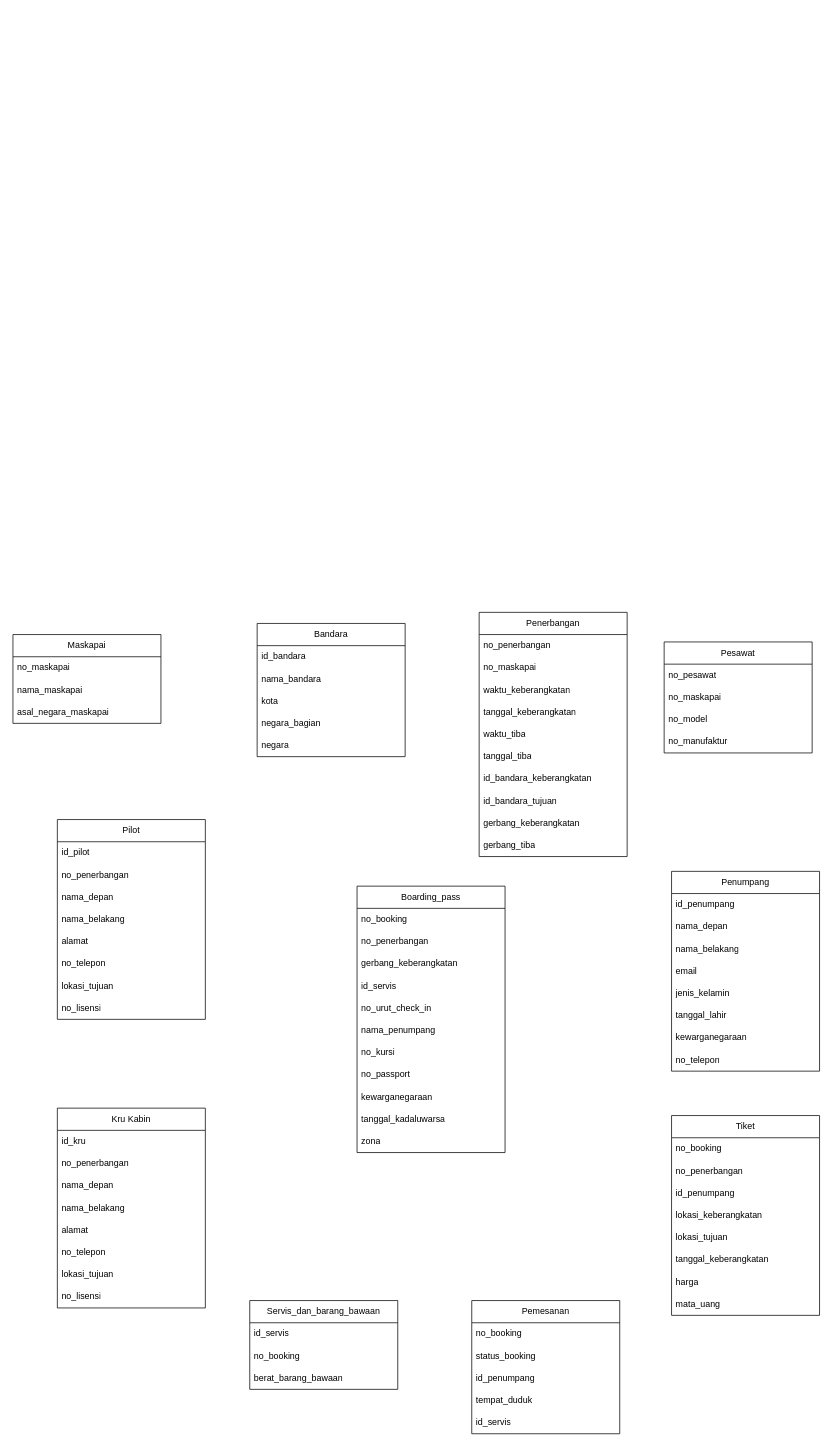
Above: ER Diagram/ADD.drawio in Edwin-Jaya/Data-Design-Analytics-Project (draw.io), before the change. Source tidied: cells renumbered, new cells numbered last; positions are measured from the earlier drawing's top-left corner, leaving out a move shared by most shapes. Both pictures are drawn from the tidied source at 74%, with x=0, y=0 at pixel (13, 612).
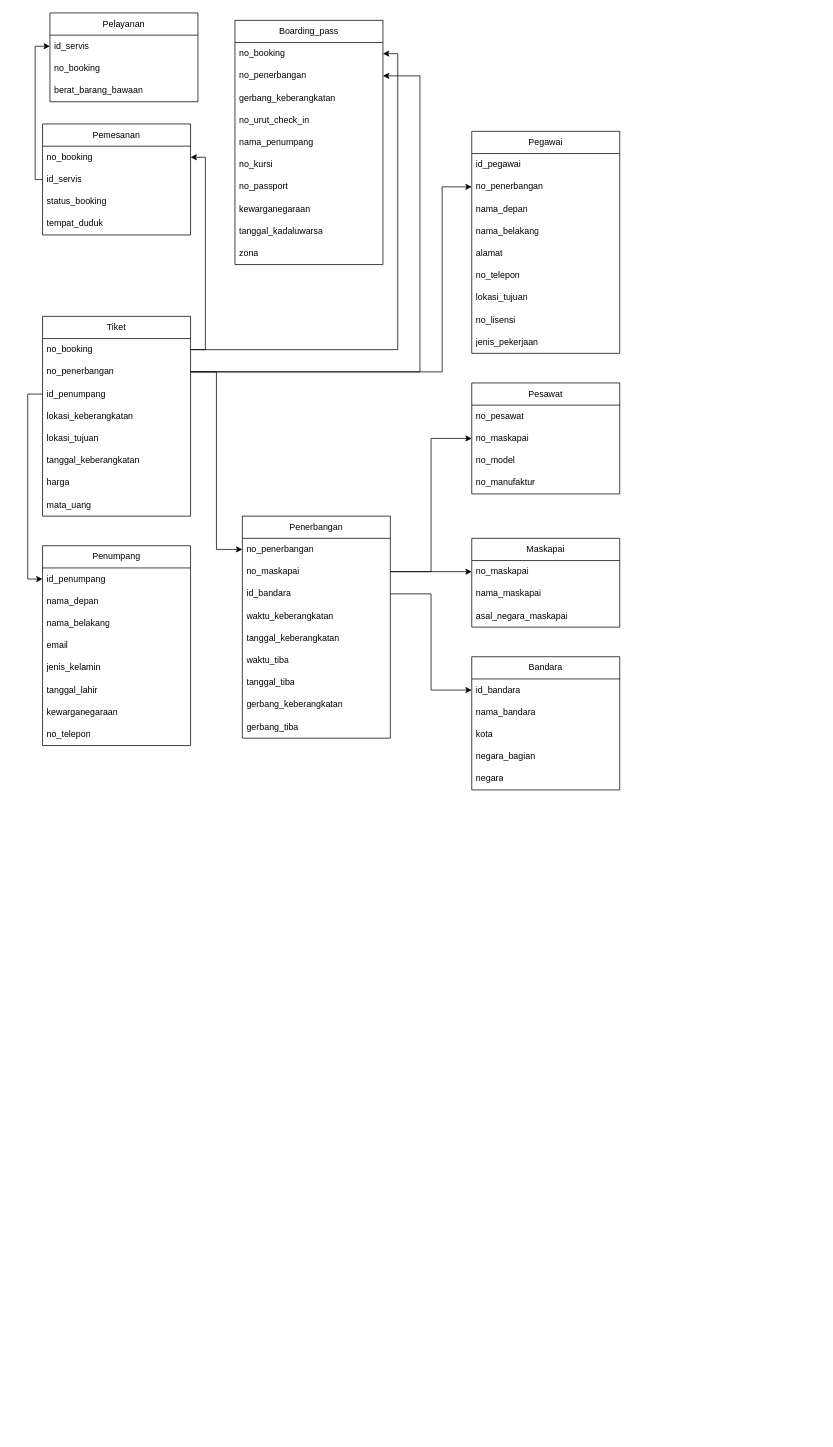
The same diagram, later.

Commit message:
Penambahan relasi

The change refers to these unchanged cells:
```xml
<mxCell id="3" value="no_penerbangan" style="text;strokeColor=none;fillColor=none;align=left;verticalAlign=middle;spacingLeft=4;spacingRight=4;overflow=hidden;points=[[0,0.5],[1,0.5]];portConstraint=eastwest;whiteSpace=wrap;html=1;" parent="2" vertex="1">
  <mxGeometry y="30" width="200" height="30" as="geometry" />
</mxCell>
<mxCell id="4" value="no_maskapai" style="text;strokeColor=none;fillColor=none;align=left;verticalAlign=middle;spacingLeft=4;spacingRight=4;overflow=hidden;points=[[0,0.5],[1,0.5]];portConstraint=eastwest;whiteSpace=wrap;html=1;" parent="2" vertex="1">
  <mxGeometry y="60" width="200" height="30" as="geometry" />
</mxCell>
<mxCell id="14" value="id_penumpang" style="text;strokeColor=none;fillColor=none;align=left;verticalAlign=middle;spacingLeft=4;spacingRight=4;overflow=hidden;points=[[0,0.5],[1,0.5]];portConstraint=eastwest;whiteSpace=wrap;html=1;" parent="13" vertex="1">
  <mxGeometry y="30" width="200" height="30" as="geometry" />
</mxCell>
<mxCell id="23" value="no_booking" style="text;strokeColor=none;fillColor=none;align=left;verticalAlign=middle;spacingLeft=4;spacingRight=4;overflow=hidden;points=[[0,0.5],[1,0.5]];portConstraint=eastwest;whiteSpace=wrap;html=1;" parent="22" vertex="1">
  <mxGeometry y="30" width="200" height="30" as="geometry" />
</mxCell>
<mxCell id="24" value="no_penerbangan" style="text;strokeColor=none;fillColor=none;align=left;verticalAlign=middle;spacingLeft=4;spacingRight=4;overflow=hidden;points=[[0,0.5],[1,0.5]];portConstraint=eastwest;whiteSpace=wrap;html=1;" parent="22" vertex="1">
  <mxGeometry y="60" width="200" height="30" as="geometry" />
</mxCell>
<mxCell id="25" value="id_penumpang" style="text;strokeColor=none;fillColor=none;align=left;verticalAlign=middle;spacingLeft=4;spacingRight=4;overflow=hidden;points=[[0,0.5],[1,0.5]];portConstraint=eastwest;whiteSpace=wrap;html=1;" parent="22" vertex="1">
  <mxGeometry y="90" width="200" height="30" as="geometry" />
</mxCell>
<mxCell id="32" value="no_maskapai" style="text;strokeColor=none;fillColor=none;align=left;verticalAlign=middle;spacingLeft=4;spacingRight=4;overflow=hidden;points=[[0,0.5],[1,0.5]];portConstraint=eastwest;whiteSpace=wrap;html=1;" parent="31" vertex="1">
  <mxGeometry y="30" width="200" height="30" as="geometry" />
</mxCell>
<mxCell id="36" value="no_booking" style="text;strokeColor=none;fillColor=none;align=left;verticalAlign=middle;spacingLeft=4;spacingRight=4;overflow=hidden;points=[[0,0.5],[1,0.5]];portConstraint=eastwest;whiteSpace=wrap;html=1;" parent="35" vertex="1">
  <mxGeometry y="30" width="200" height="30" as="geometry" />
</mxCell>
<mxCell id="37" value="no_penerbangan" style="text;strokeColor=none;fillColor=none;align=left;verticalAlign=middle;spacingLeft=4;spacingRight=4;overflow=hidden;points=[[0,0.5],[1,0.5]];portConstraint=eastwest;whiteSpace=wrap;html=1;" parent="35" vertex="1">
  <mxGeometry y="60" width="200" height="30" as="geometry" />
</mxCell>
<mxCell id="49" value="no_penerbangan" style="text;strokeColor=none;fillColor=none;align=left;verticalAlign=middle;spacingLeft=4;spacingRight=4;overflow=hidden;points=[[0,0.5],[1,0.5]];portConstraint=eastwest;whiteSpace=wrap;html=1;" parent="47" vertex="1">
  <mxGeometry y="60" width="200" height="30" as="geometry" />
</mxCell>
<mxCell id="58" value="no_maskapai" style="text;strokeColor=none;fillColor=none;align=left;verticalAlign=middle;spacingLeft=4;spacingRight=4;overflow=hidden;points=[[0,0.5],[1,0.5]];portConstraint=eastwest;whiteSpace=wrap;html=1;" parent="56" vertex="1">
  <mxGeometry y="60" width="200" height="30" as="geometry" />
</mxCell>
<mxCell id="71" value="id_bandara" style="text;strokeColor=none;fillColor=none;align=left;verticalAlign=middle;spacingLeft=4;spacingRight=4;overflow=hidden;points=[[0,0.5],[1,0.5]];portConstraint=eastwest;whiteSpace=wrap;html=1;" parent="70" vertex="1">
  <mxGeometry y="30" width="200" height="30" as="geometry" />
</mxCell>
<mxCell id="77" value="id_servis" style="text;strokeColor=none;fillColor=none;align=left;verticalAlign=middle;spacingLeft=4;spacingRight=4;overflow=hidden;points=[[0,0.5],[1,0.5]];portConstraint=eastwest;whiteSpace=wrap;html=1;" parent="76" vertex="1">
  <mxGeometry y="30" width="200" height="30" as="geometry" />
</mxCell>
<mxCell id="81" value="no_booking" style="text;strokeColor=none;fillColor=none;align=left;verticalAlign=middle;spacingLeft=4;spacingRight=4;overflow=hidden;points=[[0,0.5],[1,0.5]];portConstraint=eastwest;whiteSpace=wrap;html=1;" parent="80" vertex="1">
  <mxGeometry y="30" width="200" height="30" as="geometry" />
</mxCell>
```

Diff of the diagram source:
```diff
@@
     <mxCell id="2" value="Penerbangan" style="swimlane;fontStyle=0;horizontal=1;startSize=30;whiteSpace=wrap;html=1;" parent="1" vertex="1">
-      <mxGeometry x="630" width="200" height="330" as="geometry" />
+      <mxGeometry x="310" y="-130" width="200" height="300" as="geometry" />
     </mxCell>
@@
+    <mxCell id="9" value="id_bandara" style="text;strokeColor=none;fillColor=none;align=left;verticalAlign=middle;spacingLeft=4;spacingRight=4;overflow=hidden;points=[[0,0.5],[1,0.5]];portConstraint=eastwest;whiteSpace=wrap;html=1;" parent="2" vertex="1">
+      <mxGeometry y="90" width="200" height="30" as="geometry" />
+    </mxCell>
     <mxCell id="5" value="waktu_keberangkatan" style="text;strokeColor=none;fillColor=none;align=left;verticalAlign=middle;spacingLeft=4;spacingRight=4;overflow=hidden;whiteSpace=wrap;html=1;" parent="2" vertex="1">
-      <mxGeometry y="90" width="200" height="30" as="geometry" />
+      <mxGeometry y="120" width="200" height="30" as="geometry" />
     </mxCell>
     <mxCell id="6" value="tanggal_keberangkatan" style="text;strokeColor=none;fillColor=none;align=left;verticalAlign=middle;spacingLeft=4;spacingRight=4;overflow=hidden;whiteSpace=wrap;html=1;" parent="2" vertex="1">
-      <mxGeometry y="120" width="200" height="30" as="geometry" />
+      <mxGeometry y="150" width="200" height="30" as="geometry" />
     </mxCell>
     <mxCell id="7" value="waktu_tiba" style="text;strokeColor=none;fillColor=none;align=left;verticalAlign=middle;spacingLeft=4;spacingRight=4;overflow=hidden;whiteSpace=wrap;html=1;" parent="2" vertex="1">
-      <mxGeometry y="150" width="200" height="30" as="geometry" />
+      <mxGeometry y="180" width="200" height="30" as="geometry" />
     </mxCell>
     <mxCell id="8" value="tanggal_tiba" style="text;strokeColor=none;fillColor=none;align=left;verticalAlign=middle;spacingLeft=4;spacingRight=4;overflow=hidden;whiteSpace=wrap;html=1;" parent="2" vertex="1">
-      <mxGeometry y="180" width="200" height="30" as="geometry" />
+      <mxGeometry y="210" width="200" height="30" as="geometry" />
     </mxCell>
-    <mxCell id="9" value="id_bandara_keberangkatan" style="text;strokeColor=none;fillColor=none;align=left;verticalAlign=middle;spacingLeft=4;spacingRight=4;overflow=hidden;points=[[0,0.5],[1,0.5]];portConstraint=eastwest;whiteSpace=wrap;html=1;" parent="2" vertex="1">
-      <mxGeometry y="210" width="200" height="30" as="geometry" />
-    </mxCell>
-    <mxCell id="10" value="id_bandara_tujuan" style="text;strokeColor=none;fillColor=none;align=left;verticalAlign=middle;spacingLeft=4;spacingRight=4;overflow=hidden;whiteSpace=wrap;html=1;" parent="2" vertex="1">
-      <mxGeometry y="240" width="200" height="30" as="geometry" />
-    </mxCell>
     <mxCell id="11" value="gerbang_keberangkatan" style="text;strokeColor=none;fillColor=none;align=left;verticalAlign=middle;spacingLeft=4;spacingRight=4;overflow=hidden;whiteSpace=wrap;html=1;" parent="2" vertex="1">
-      <mxGeometry y="270" width="200" height="30" as="geometry" />
+      <mxGeometry y="240" width="200" height="30" as="geometry" />
     </mxCell>
     <mxCell id="12" value="gerbang_tiba" style="text;strokeColor=none;fillColor=none;align=left;verticalAlign=middle;spacingLeft=4;spacingRight=4;overflow=hidden;whiteSpace=wrap;html=1;" parent="2" vertex="1">
-      <mxGeometry y="300" width="200" height="30" as="geometry" />
+      <mxGeometry y="270" width="200" height="30" as="geometry" />
     </mxCell>
     <mxCell id="13" value="Penumpang" style="swimlane;fontStyle=0;horizontal=1;startSize=30;whiteSpace=wrap;html=1;" parent="1" vertex="1">
-      <mxGeometry x="890" y="350" width="200" height="270" as="geometry" />
+      <mxGeometry x="40" y="-90" width="200" height="270" as="geometry" />
     </mxCell>
@@
     <mxCell id="22" value="Tiket" style="swimlane;fontStyle=0;horizontal=1;startSize=30;whiteSpace=wrap;html=1;" parent="1" vertex="1">
-      <mxGeometry x="890" y="680" width="200" height="270" as="geometry" />
+      <mxGeometry x="40" y="-400" width="200" height="270" as="geometry" />
     </mxCell>
@@
     <mxCell id="31" value="Maskapai" style="swimlane;fontStyle=0;horizontal=1;startSize=30;whiteSpace=wrap;html=1;" parent="1" vertex="1">
-      <mxGeometry y="30" width="200" height="120" as="geometry" />
+      <mxGeometry x="620" y="-100" width="200" height="120" as="geometry" />
     </mxCell>
@@
     <mxCell id="35" value="Boarding_pass" style="swimlane;fontStyle=0;horizontal=1;startSize=30;whiteSpace=wrap;html=1;" parent="1" vertex="1">
-      <mxGeometry x="465" y="370" width="200" height="360" as="geometry" />
+      <mxGeometry x="300" y="-800" width="200" height="330" as="geometry" />
     </mxCell>
@@
-    <mxCell id="39" value="id_servis" style="text;strokeColor=none;fillColor=none;align=left;verticalAlign=middle;spacingLeft=4;spacingRight=4;overflow=hidden;whiteSpace=wrap;html=1;" parent="35" vertex="1">
-      <mxGeometry y="120" width="200" height="30" as="geometry" />
-    </mxCell>
     <mxCell id="40" value="no_urut_check_in" style="text;strokeColor=none;fillColor=none;align=left;verticalAlign=middle;spacingLeft=4;spacingRight=4;overflow=hidden;whiteSpace=wrap;html=1;" parent="35" vertex="1">
-      <mxGeometry y="150" width="200" height="30" as="geometry" />
+      <mxGeometry y="120" width="200" height="30" as="geometry" />
     </mxCell>
     <mxCell id="41" value="nama_penumpang" style="text;strokeColor=none;fillColor=none;align=left;verticalAlign=middle;spacingLeft=4;spacingRight=4;overflow=hidden;whiteSpace=wrap;html=1;" parent="35" vertex="1">
-      <mxGeometry y="180" width="200" height="30" as="geometry" />
+      <mxGeometry y="150" width="200" height="30" as="geometry" />
     </mxCell>
     <mxCell id="42" value="no_kursi" style="text;strokeColor=none;fillColor=none;align=left;verticalAlign=middle;spacingLeft=4;spacingRight=4;overflow=hidden;whiteSpace=wrap;html=1;" parent="35" vertex="1">
-      <mxGeometry y="210" width="200" height="30" as="geometry" />
+      <mxGeometry y="180" width="200" height="30" as="geometry" />
     </mxCell>
     <mxCell id="43" value="no_passport" style="text;strokeColor=none;fillColor=none;align=left;verticalAlign=middle;spacingLeft=4;spacingRight=4;overflow=hidden;whiteSpace=wrap;html=1;" parent="35" vertex="1">
-      <mxGeometry y="240" width="200" height="30" as="geometry" />
+      <mxGeometry y="210" width="200" height="30" as="geometry" />
     </mxCell>
     <mxCell id="44" value="kewarganegaraan" style="text;strokeColor=none;fillColor=none;align=left;verticalAlign=middle;spacingLeft=4;spacingRight=4;overflow=hidden;whiteSpace=wrap;html=1;" parent="35" vertex="1">
-      <mxGeometry y="270" width="200" height="30" as="geometry" />
+      <mxGeometry y="240" width="200" height="30" as="geometry" />
     </mxCell>
     <mxCell id="45" value="tanggal_kadaluwarsa" style="text;strokeColor=none;fillColor=none;align=left;verticalAlign=middle;spacingLeft=4;spacingRight=4;overflow=hidden;whiteSpace=wrap;html=1;" parent="35" vertex="1">
-      <mxGeometry y="300" width="200" height="30" as="geometry" />
+      <mxGeometry y="270" width="200" height="30" as="geometry" />
     </mxCell>
     <mxCell id="46" value="zona" style="text;strokeColor=none;fillColor=none;align=left;verticalAlign=middle;spacingLeft=4;spacingRight=4;overflow=hidden;whiteSpace=wrap;html=1;" parent="35" vertex="1">
-      <mxGeometry y="330" width="200" height="30" as="geometry" />
+      <mxGeometry y="300" width="200" height="30" as="geometry" />
     </mxCell>
-    <mxCell id="47" value="Pilot" style="swimlane;fontStyle=0;horizontal=1;startSize=30;whiteSpace=wrap;html=1;" parent="1" vertex="1">
-      <mxGeometry x="60" y="280" width="200" height="270" as="geometry" />
+    <mxCell id="47" value="Pegawai" style="swimlane;fontStyle=0;horizontal=1;startSize=30;whiteSpace=wrap;html=1;" parent="1" vertex="1">
+      <mxGeometry x="620" y="-650" width="200" height="300" as="geometry" />
     </mxCell>
-    <mxCell id="48" value="id_pilot" style="text;strokeColor=none;fillColor=none;align=left;verticalAlign=middle;spacingLeft=4;spacingRight=4;overflow=hidden;whiteSpace=wrap;html=1;" parent="47" vertex="1">
+    <mxCell id="48" value="id_pegawai" style="text;strokeColor=none;fillColor=none;align=left;verticalAlign=middle;spacingLeft=4;spacingRight=4;overflow=hidden;whiteSpace=wrap;html=1;" parent="47" vertex="1">
       <mxGeometry y="30" width="200" height="30" as="geometry" />
     </mxCell>
@@
+    <mxCell id="86" value="jenis_pekerjaan" style="text;strokeColor=none;fillColor=none;align=left;verticalAlign=middle;spacingLeft=4;spacingRight=4;overflow=hidden;whiteSpace=wrap;html=1;" parent="47" vertex="1">
+      <mxGeometry y="270" width="200" height="30" as="geometry" />
+    </mxCell>
     <mxCell id="56" value="Pesawat" style="swimlane;fontStyle=0;horizontal=1;startSize=30;whiteSpace=wrap;html=1;" parent="1" vertex="1">
-      <mxGeometry x="880" y="40" width="200" height="150" as="geometry" />
+      <mxGeometry x="620" y="-310" width="200" height="150" as="geometry" />
     </mxCell>
@@
-    <mxCell id="61" value="Kru Kabin" style="swimlane;fontStyle=0;horizontal=1;startSize=30;whiteSpace=wrap;html=1;" parent="1" vertex="1">
-      <mxGeometry x="60" y="670" width="200" height="270" as="geometry" />
-    </mxCell>
-    <mxCell id="62" value="id_kru" style="text;strokeColor=none;fillColor=none;align=left;verticalAlign=middle;spacingLeft=4;spacingRight=4;overflow=hidden;whiteSpace=wrap;html=1;" parent="61" vertex="1">
-      <mxGeometry y="30" width="200" height="30" as="geometry" />
-    </mxCell>
-    <mxCell id="63" value="no_penerbangan" style="text;strokeColor=none;fillColor=none;align=left;verticalAlign=middle;spacingLeft=4;spacingRight=4;overflow=hidden;whiteSpace=wrap;html=1;" parent="61" vertex="1">
-      <mxGeometry y="60" width="200" height="30" as="geometry" />
-    </mxCell>
-    <mxCell id="64" value="nama_depan" style="text;strokeColor=none;fillColor=none;align=left;verticalAlign=middle;spacingLeft=4;spacingRight=4;overflow=hidden;whiteSpace=wrap;html=1;" parent="61" vertex="1">
-      <mxGeometry y="90" width="200" height="30" as="geometry" />
-    </mxCell>
-    <mxCell id="65" value="nama_belakang" style="text;strokeColor=none;fillColor=none;align=left;verticalAlign=middle;spacingLeft=4;spacingRight=4;overflow=hidden;whiteSpace=wrap;html=1;" parent="61" vertex="1">
-      <mxGeometry y="120" width="200" height="30" as="geometry" />
-    </mxCell>
-    <mxCell id="66" value="alamat" style="text;strokeColor=none;fillColor=none;align=left;verticalAlign=middle;spacingLeft=4;spacingRight=4;overflow=hidden;whiteSpace=wrap;html=1;" parent="61" vertex="1">
-      <mxGeometry y="150" width="200" height="30" as="geometry" />
-    </mxCell>
-    <mxCell id="67" value="no_telepon" style="text;strokeColor=none;fillColor=none;align=left;verticalAlign=middle;spacingLeft=4;spacingRight=4;overflow=hidden;whiteSpace=wrap;html=1;" parent="61" vertex="1">
-      <mxGeometry y="180" width="200" height="30" as="geometry" />
-    </mxCell>
-    <mxCell id="68" value="lokasi_tujuan" style="text;strokeColor=none;fillColor=none;align=left;verticalAlign=middle;spacingLeft=4;spacingRight=4;overflow=hidden;whiteSpace=wrap;html=1;" parent="61" vertex="1">
-      <mxGeometry y="210" width="200" height="30" as="geometry" />
-    </mxCell>
-    <mxCell id="69" value="no_lisensi" style="text;strokeColor=none;fillColor=none;align=left;verticalAlign=middle;spacingLeft=4;spacingRight=4;overflow=hidden;whiteSpace=wrap;html=1;" parent="61" vertex="1">
-      <mxGeometry y="240" width="200" height="30" as="geometry" />
-    </mxCell>
     <mxCell id="70" value="Bandara" style="swimlane;fontStyle=0;horizontal=1;startSize=30;whiteSpace=wrap;html=1;" parent="1" vertex="1">
-      <mxGeometry x="330" y="15" width="200" height="180" as="geometry" />
+      <mxGeometry x="620" y="60" width="200" height="180" as="geometry" />
     </mxCell>
@@
-    <mxCell id="76" value="Servis_dan_barang_bawaan" style="swimlane;fontStyle=0;horizontal=1;startSize=30;whiteSpace=wrap;html=1;" parent="1" vertex="1">
-      <mxGeometry x="320" y="930" width="200" height="120" as="geometry" />
+    <mxCell id="76" value="Pelayanan" style="swimlane;fontStyle=0;horizontal=1;startSize=30;whiteSpace=wrap;html=1;" parent="1" vertex="1">
+      <mxGeometry x="50" y="-810" width="200" height="120" as="geometry" />
     </mxCell>
@@
     <mxCell id="80" value="Pemesanan" style="swimlane;fontStyle=0;horizontal=1;startSize=30;whiteSpace=wrap;html=1;" parent="1" vertex="1">
-      <mxGeometry x="620" y="930" width="200" height="180" as="geometry" />
+      <mxGeometry x="40" y="-660" width="200" height="150" as="geometry" />
     </mxCell>
@@
+    <mxCell id="85" value="id_servis" style="text;strokeColor=none;fillColor=none;align=left;verticalAlign=middle;spacingLeft=4;spacingRight=4;overflow=hidden;points=[[0,0.5],[1,0.5]];portConstraint=eastwest;whiteSpace=wrap;html=1;" parent="80" vertex="1">
+      <mxGeometry y="60" width="200" height="30" as="geometry" />
+    </mxCell>
     <mxCell id="82" value="status_booking" style="text;strokeColor=none;fillColor=none;align=left;verticalAlign=middle;spacingLeft=4;spacingRight=4;overflow=hidden;whiteSpace=wrap;html=1;" parent="80" vertex="1">
-      <mxGeometry y="60" width="200" height="30" as="geometry" />
+      <mxGeometry y="90" width="200" height="30" as="geometry" />
     </mxCell>
-    <mxCell id="83" value="id_penumpang" style="text;strokeColor=none;fillColor=none;align=left;verticalAlign=middle;spacingLeft=4;spacingRight=4;overflow=hidden;whiteSpace=wrap;html=1;" parent="80" vertex="1">
-      <mxGeometry y="90" width="200" height="30" as="geometry" />
-    </mxCell>
@@
-    <mxCell id="85" value="id_servis" style="text;strokeColor=none;fillColor=none;align=left;verticalAlign=middle;spacingLeft=4;spacingRight=4;overflow=hidden;points=[[0,0.5],[1,0.5]];portConstraint=eastwest;whiteSpace=wrap;html=1;" parent="80" vertex="1">
-      <mxGeometry y="150" width="200" height="30" as="geometry" />
-    </mxCell>
+    <mxCell id="87" style="edgeStyle=orthogonalEdgeStyle;rounded=0;jettySize=auto;html=1;entryX=0;entryY=0.5;entryDx=0;entryDy=0;" parent="1" edge="1" source="25" target="14">
+      <mxGeometry relative="1" as="geometry" />
+    </mxCell>
+    <mxCell id="88" style="edgeStyle=orthogonalEdgeStyle;rounded=0;jettySize=auto;html=1;exitX=1;exitY=0.5;exitDx=0;exitDy=0;" parent="1" edge="1" source="23" target="81">
+      <mxGeometry relative="1" as="geometry" />
+    </mxCell>
+    <mxCell id="89" style="edgeStyle=orthogonalEdgeStyle;rounded=0;jettySize=auto;html=1;" parent="1" edge="1" source="24" target="3">
+      <mxGeometry relative="1" as="geometry" />
+    </mxCell>
+    <mxCell id="90" style="edgeStyle=orthogonalEdgeStyle;rounded=0;jettySize=auto;html=1;entryX=1;entryY=0.5;entryDx=0;entryDy=0;" parent="1" edge="1" source="23" target="36">
+      <mxGeometry relative="1" as="geometry" />
+    </mxCell>
+    <mxCell id="91" style="edgeStyle=orthogonalEdgeStyle;rounded=0;jettySize=auto;html=1;entryX=0;entryY=0.5;entryDx=0;entryDy=0;" parent="1" edge="1" source="4" target="32">
+      <mxGeometry relative="1" as="geometry" />
+    </mxCell>
+    <mxCell id="92" style="edgeStyle=orthogonalEdgeStyle;rounded=0;jettySize=auto;html=1;entryX=0;entryY=0.5;entryDx=0;entryDy=0;" parent="1" edge="1" source="9" target="71">
+      <mxGeometry relative="1" as="geometry" />
+    </mxCell>
+    <mxCell id="93" style="edgeStyle=orthogonalEdgeStyle;rounded=0;jettySize=auto;html=1;" parent="1" edge="1" source="24" target="49">
+      <mxGeometry relative="1" as="geometry">
+        <Array as="points">
+          <mxPoint x="580" y="-325" />
+          <mxPoint x="580" y="-575" />
+        </Array>
+      </mxGeometry>
+    </mxCell>
+    <mxCell id="94" style="edgeStyle=orthogonalEdgeStyle;rounded=0;jettySize=auto;html=1;entryX=1;entryY=0.5;entryDx=0;entryDy=0;" parent="1" edge="1" source="24" target="37">
+      <mxGeometry relative="1" as="geometry">
+        <Array as="points">
+          <mxPoint x="550" y="-325" />
+          <mxPoint x="550" y="-725" />
+        </Array>
+      </mxGeometry>
+    </mxCell>
+    <mxCell id="95" style="edgeStyle=orthogonalEdgeStyle;rounded=0;jettySize=auto;html=1;entryX=0;entryY=0.5;entryDx=0;entryDy=0;" parent="1" edge="1" source="4" target="58">
+      <mxGeometry relative="1" as="geometry" />
+    </mxCell>
+    <mxCell id="96" style="edgeStyle=orthogonalEdgeStyle;rounded=0;jettySize=auto;html=1;entryX=0;entryY=0.5;entryDx=0;entryDy=0;" parent="1" edge="1" source="85" target="77">
+      <mxGeometry relative="1" as="geometry">
+        <Array as="points">
+          <mxPoint x="30" y="-585" />
+          <mxPoint x="30" y="-765" />
+        </Array>
+      </mxGeometry>
+    </mxCell>
```
